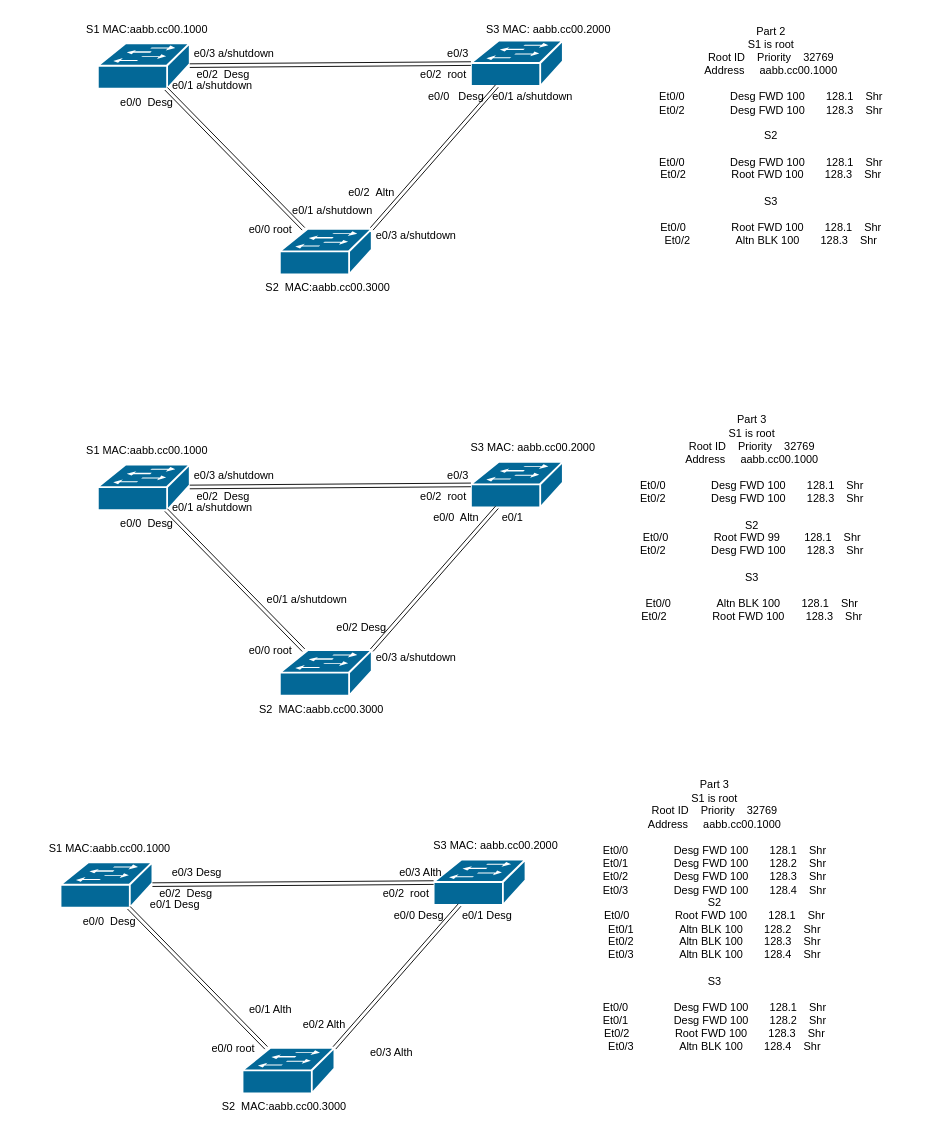
Earlier version of the draw.io diagram lab_02_stp/topology.drawio (alena250892/otus_network_engineer). Source tidied: cells renumbered, new cells numbered last; positions are measured from the earlier drawing's top-left corner, leaving out a move shared by most shapes. Both pictures are drawn from the tidied source at 91%, with x=0, y=0 at pixel (15, 15).
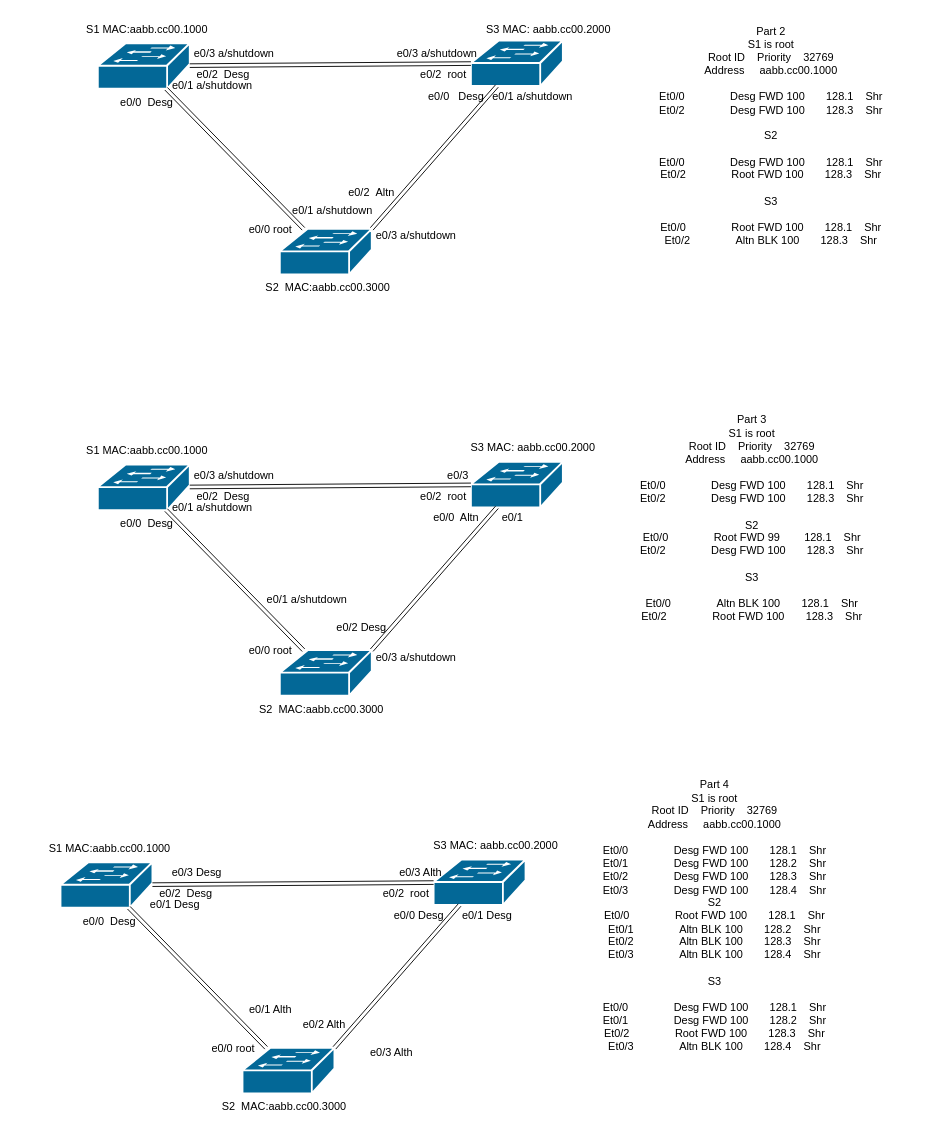
The same page after the edit.

Diff of the diagram source:
```diff
@@
-    <mxCell id="12" value="e0/3" style="text;strokeColor=none;align=center;fillColor=none;html=1;verticalAlign=middle;whiteSpace=wrap;rounded=0;" parent="1" vertex="1">
-      <mxGeometry x="456" y="27" width="60" height="30" as="geometry" />
+    <mxCell id="12" value="e0/3 a/shutdown" style="text;strokeColor=none;align=center;fillColor=none;html=1;verticalAlign=middle;whiteSpace=wrap;rounded=0;" parent="1" vertex="1">
+      <mxGeometry x="410" y="27" width="106" height="30" as="geometry" />
     </mxCell>
@@
-    <mxCell id="67" value="Part 3&lt;div&gt;&lt;div&gt;S1 is root&lt;/div&gt;&lt;div&gt;Root ID&amp;nbsp; &amp;nbsp; Priority&amp;nbsp; &amp;nbsp; 32769&lt;/div&gt;&lt;div&gt;Address&amp;nbsp; &amp;nbsp; &amp;nbsp;aabb.cc00.1000&lt;/div&gt;&lt;div&gt;&lt;br&gt;&lt;/div&gt;&lt;div&gt;&lt;div&gt;Et0/0&amp;nbsp; &amp;nbsp; &amp;nbsp; &amp;nbsp; &amp;nbsp; &amp;nbsp; &amp;nbsp; &amp;nbsp;Desg FWD 100&amp;nbsp; &amp;nbsp; &amp;nbsp; &amp;nbsp;128.1&amp;nbsp; &amp;nbsp; Shr&lt;/div&gt;&lt;div&gt;Et0/1&amp;nbsp; &amp;nbsp; &amp;nbsp; &amp;nbsp; &amp;nbsp; &amp;nbsp; &amp;nbsp; &amp;nbsp;Desg FWD 100&amp;nbsp; &amp;nbsp; &amp;nbsp; &amp;nbsp;128.2&amp;nbsp; &amp;nbsp; Shr&lt;/div&gt;&lt;div&gt;Et0/2&amp;nbsp; &amp;nbsp; &amp;nbsp; &amp;nbsp; &amp;nbsp; &amp;nbsp; &amp;nbsp; &amp;nbsp;Desg FWD 100&amp;nbsp; &amp;nbsp; &amp;nbsp; &amp;nbsp;128.3&amp;nbsp; &amp;nbsp; Shr&lt;/div&gt;&lt;div&gt;Et0/3&amp;nbsp; &amp;nbsp; &amp;nbsp; &amp;nbsp; &amp;nbsp; &amp;nbsp; &amp;nbsp; &amp;nbsp;Desg FWD 100&amp;nbsp; &amp;nbsp; &amp;nbsp; &amp;nbsp;128.4&amp;nbsp; &amp;nbsp; Shr&lt;/div&gt;&lt;/div&gt;&lt;div&gt;S2&lt;/div&gt;&lt;div&gt;&lt;div&gt;Et0/0&amp;nbsp; &amp;nbsp; &amp;nbsp; &amp;nbsp; &amp;nbsp; &amp;nbsp; &amp;nbsp; &amp;nbsp;Root FWD 100&amp;nbsp; &amp;nbsp; &amp;nbsp; &amp;nbsp;128.1&amp;nbsp; &amp;nbsp; Shr&lt;/div&gt;&lt;div&gt;Et0/1&amp;nbsp; &amp;nbsp; &amp;nbsp; &amp;nbsp; &amp;nbsp; &amp;nbsp; &amp;nbsp; &amp;nbsp;Altn BLK 100&amp;nbsp; &amp;nbsp; &amp;nbsp; &amp;nbsp;128.2&amp;nbsp; &amp;nbsp; Shr&lt;/div&gt;&lt;div&gt;Et0/2&amp;nbsp; &amp;nbsp; &amp;nbsp; &amp;nbsp; &amp;nbsp; &amp;nbsp; &amp;nbsp; &amp;nbsp;Altn BLK 100&amp;nbsp; &amp;nbsp; &amp;nbsp; &amp;nbsp;128.3&amp;nbsp; &amp;nbsp; Shr&lt;/div&gt;&lt;div&gt;Et0/3&amp;nbsp; &amp;nbsp; &amp;nbsp; &amp;nbsp; &amp;nbsp; &amp;nbsp; &amp;nbsp; &amp;nbsp;Altn BLK 100&amp;nbsp; &amp;nbsp; &amp;nbsp; &amp;nbsp;128.4&amp;nbsp; &amp;nbsp; Shr&lt;/div&gt;&lt;/div&gt;&lt;div&gt;&lt;br&gt;&lt;/div&gt;&lt;div&gt;S3&lt;/div&gt;&lt;div&gt;&lt;br&gt;&lt;/div&gt;&lt;div&gt;&lt;div&gt;Et0/0&amp;nbsp; &amp;nbsp; &amp;nbsp; &amp;nbsp; &amp;nbsp; &amp;nbsp; &amp;nbsp; &amp;nbsp;Desg FWD 100&amp;nbsp; &amp;nbsp; &amp;nbsp; &amp;nbsp;128.1&amp;nbsp; &amp;nbsp; Shr&lt;/div&gt;&lt;div&gt;Et0/1&amp;nbsp; &amp;nbsp; &amp;nbsp; &amp;nbsp; &amp;nbsp; &amp;nbsp; &amp;nbsp; &amp;nbsp;Desg FWD 100&amp;nbsp; &amp;nbsp; &amp;nbsp; &amp;nbsp;128.2&amp;nbsp; &amp;nbsp; Shr&lt;/div&gt;&lt;div&gt;Et0/2&amp;nbsp; &amp;nbsp; &amp;nbsp; &amp;nbsp; &amp;nbsp; &amp;nbsp; &amp;nbsp; &amp;nbsp;Root FWD 100&amp;nbsp; &amp;nbsp; &amp;nbsp; &amp;nbsp;128.3&amp;nbsp; &amp;nbsp; Shr&lt;/div&gt;&lt;div&gt;Et0/3&amp;nbsp; &amp;nbsp; &amp;nbsp; &amp;nbsp; &amp;nbsp; &amp;nbsp; &amp;nbsp; &amp;nbsp;Altn BLK 100&amp;nbsp; &amp;nbsp; &amp;nbsp; &amp;nbsp;128.4&amp;nbsp; &amp;nbsp; Shr&lt;/div&gt;&lt;/div&gt;&lt;/div&gt;" style="text;strokeColor=none;align=center;fillColor=none;html=1;verticalAlign=middle;whiteSpace=wrap;rounded=0;" parent="1" vertex="1">
+    <mxCell id="67" value="Part 4&lt;div&gt;&lt;div&gt;S1 is root&lt;/div&gt;&lt;div&gt;Root ID&amp;nbsp; &amp;nbsp; Priority&amp;nbsp; &amp;nbsp; 32769&lt;/div&gt;&lt;div&gt;Address&amp;nbsp; &amp;nbsp; &amp;nbsp;aabb.cc00.1000&lt;/div&gt;&lt;div&gt;&lt;br&gt;&lt;/div&gt;&lt;div&gt;&lt;div&gt;Et0/0&amp;nbsp; &amp;nbsp; &amp;nbsp; &amp;nbsp; &amp;nbsp; &amp;nbsp; &amp;nbsp; &amp;nbsp;Desg FWD 100&amp;nbsp; &amp;nbsp; &amp;nbsp; &amp;nbsp;128.1&amp;nbsp; &amp;nbsp; Shr&lt;/div&gt;&lt;div&gt;Et0/1&amp;nbsp; &amp;nbsp; &amp;nbsp; &amp;nbsp; &amp;nbsp; &amp;nbsp; &amp;nbsp; &amp;nbsp;Desg FWD 100&amp;nbsp; &amp;nbsp; &amp;nbsp; &amp;nbsp;128.2&amp;nbsp; &amp;nbsp; Shr&lt;/div&gt;&lt;div&gt;Et0/2&amp;nbsp; &amp;nbsp; &amp;nbsp; &amp;nbsp; &amp;nbsp; &amp;nbsp; &amp;nbsp; &amp;nbsp;Desg FWD 100&amp;nbsp; &amp;nbsp; &amp;nbsp; &amp;nbsp;128.3&amp;nbsp; &amp;nbsp; Shr&lt;/div&gt;&lt;div&gt;Et0/3&amp;nbsp; &amp;nbsp; &amp;nbsp; &amp;nbsp; &amp;nbsp; &amp;nbsp; &amp;nbsp; &amp;nbsp;Desg FWD 100&amp;nbsp; &amp;nbsp; &amp;nbsp; &amp;nbsp;128.4&amp;nbsp; &amp;nbsp; Shr&lt;/div&gt;&lt;/div&gt;&lt;div&gt;S2&lt;/div&gt;&lt;div&gt;&lt;div&gt;Et0/0&amp;nbsp; &amp;nbsp; &amp;nbsp; &amp;nbsp; &amp;nbsp; &amp;nbsp; &amp;nbsp; &amp;nbsp;Root FWD 100&amp;nbsp; &amp;nbsp; &amp;nbsp; &amp;nbsp;128.1&amp;nbsp; &amp;nbsp; Shr&lt;/div&gt;&lt;div&gt;Et0/1&amp;nbsp; &amp;nbsp; &amp;nbsp; &amp;nbsp; &amp;nbsp; &amp;nbsp; &amp;nbsp; &amp;nbsp;Altn BLK 100&amp;nbsp; &amp;nbsp; &amp;nbsp; &amp;nbsp;128.2&amp;nbsp; &amp;nbsp; Shr&lt;/div&gt;&lt;div&gt;Et0/2&amp;nbsp; &amp;nbsp; &amp;nbsp; &amp;nbsp; &amp;nbsp; &amp;nbsp; &amp;nbsp; &amp;nbsp;Altn BLK 100&amp;nbsp; &amp;nbsp; &amp;nbsp; &amp;nbsp;128.3&amp;nbsp; &amp;nbsp; Shr&lt;/div&gt;&lt;div&gt;Et0/3&amp;nbsp; &amp;nbsp; &amp;nbsp; &amp;nbsp; &amp;nbsp; &amp;nbsp; &amp;nbsp; &amp;nbsp;Altn BLK 100&amp;nbsp; &amp;nbsp; &amp;nbsp; &amp;nbsp;128.4&amp;nbsp; &amp;nbsp; Shr&lt;/div&gt;&lt;/div&gt;&lt;div&gt;&lt;br&gt;&lt;/div&gt;&lt;div&gt;S3&lt;/div&gt;&lt;div&gt;&lt;br&gt;&lt;/div&gt;&lt;div&gt;&lt;div&gt;Et0/0&amp;nbsp; &amp;nbsp; &amp;nbsp; &amp;nbsp; &amp;nbsp; &amp;nbsp; &amp;nbsp; &amp;nbsp;Desg FWD 100&amp;nbsp; &amp;nbsp; &amp;nbsp; &amp;nbsp;128.1&amp;nbsp; &amp;nbsp; Shr&lt;/div&gt;&lt;div&gt;Et0/1&amp;nbsp; &amp;nbsp; &amp;nbsp; &amp;nbsp; &amp;nbsp; &amp;nbsp; &amp;nbsp; &amp;nbsp;Desg FWD 100&amp;nbsp; &amp;nbsp; &amp;nbsp; &amp;nbsp;128.2&amp;nbsp; &amp;nbsp; Shr&lt;/div&gt;&lt;div&gt;Et0/2&amp;nbsp; &amp;nbsp; &amp;nbsp; &amp;nbsp; &amp;nbsp; &amp;nbsp; &amp;nbsp; &amp;nbsp;Root FWD 100&amp;nbsp; &amp;nbsp; &amp;nbsp; &amp;nbsp;128.3&amp;nbsp; &amp;nbsp; Shr&lt;/div&gt;&lt;div&gt;Et0/3&amp;nbsp; &amp;nbsp; &amp;nbsp; &amp;nbsp; &amp;nbsp; &amp;nbsp; &amp;nbsp; &amp;nbsp;Altn BLK 100&amp;nbsp; &amp;nbsp; &amp;nbsp; &amp;nbsp;128.4&amp;nbsp; &amp;nbsp; Shr&lt;/div&gt;&lt;/div&gt;&lt;/div&gt;" style="text;strokeColor=none;align=center;fillColor=none;html=1;verticalAlign=middle;whiteSpace=wrap;rounded=0;" parent="1" vertex="1">
       <mxGeometry x="607.5" y="974" width="320" height="30" as="geometry" />
     </mxCell>
```
